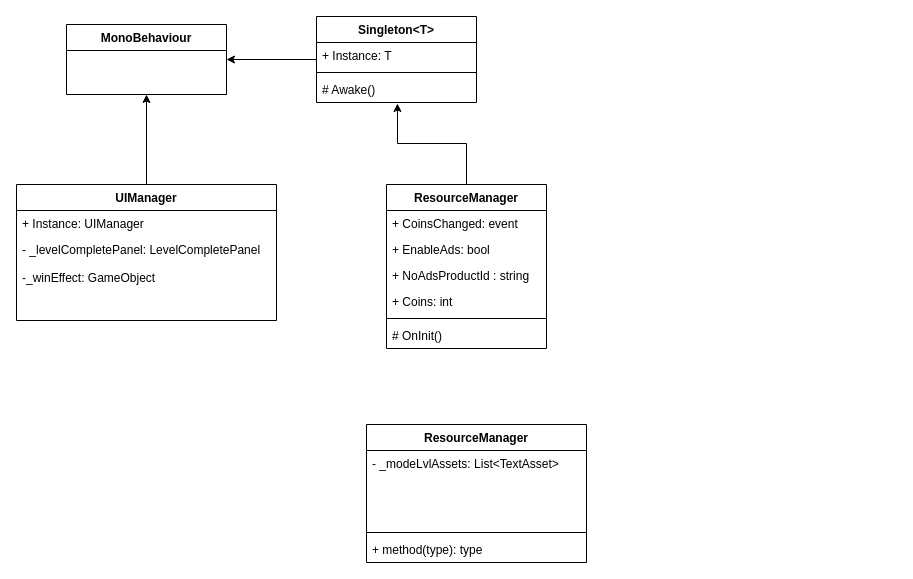
Earlier version of the draw.io diagram page "Water Sort Puzzle" (1 of 2) of Water Sort Puzzle.drawio (cjinle/mynote). Source tidied: cells renumbered, new cells numbered last; positions are measured from the earlier drawing's top-left corner, leaving out a move shared by most shapes. Both pictures are drawn from the tidied source at 100%, with x=0, y=0 at pixel (16, 16).
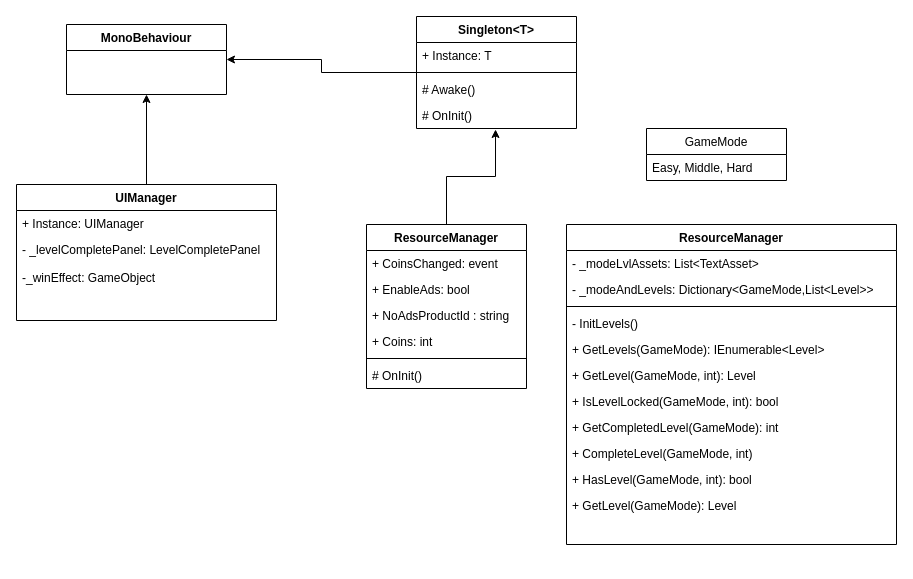
The same page after the edit.

The change refers to these unchanged cells:
```xml
<mxCell id="13" value="# Awake()" style="text;strokeColor=none;fillColor=none;align=left;verticalAlign=top;spacingLeft=4;spacingRight=4;overflow=hidden;points=[[0,0.5],[1,0.5]];portConstraint=eastwest;" parent="10" vertex="1">
  <mxGeometry y="60" width="160" height="26" as="geometry" />
</mxCell>
```

Change to the diagram source:
```diff
@@
     <mxCell id="10" value="Singleton&lt;T&gt;" style="swimlane;fontStyle=1;align=center;verticalAlign=top;horizontal=1;startSize=26;" parent="1" vertex="1">
-      <mxGeometry x="300" width="160" height="86" as="geometry" />
+      <mxGeometry x="400" width="160" height="112" as="geometry" />
     </mxCell>
@@
+    <mxCell id="28" value="# OnInit()" style="text;strokeColor=none;fillColor=none;align=left;verticalAlign=top;spacingLeft=4;spacingRight=4;overflow=hidden;points=[[0,0.5],[1,0.5]];portConstraint=eastwest;" parent="10" vertex="1">
+      <mxGeometry y="86" width="160" height="26" as="geometry" />
+    </mxCell>
-    <mxCell id="14" style="edgeStyle=orthogonalEdgeStyle;rounded=0;jettySize=auto;html=1;entryX=0.506;entryY=1.038;entryDx=0;entryDy=0;entryPerimeter=0;" parent="1" edge="1" source="15" target="13">
+    <mxCell id="14" style="edgeStyle=orthogonalEdgeStyle;rounded=0;jettySize=auto;html=1;entryX=0.494;entryY=1.038;entryDx=0;entryDy=0;entryPerimeter=0;" parent="1" edge="1" source="15" target="28">
       <mxGeometry relative="1" as="geometry" />
     </mxCell>
     <mxCell id="15" value="ResourceManager" style="swimlane;fontStyle=1;align=center;verticalAlign=top;horizontal=1;startSize=26;strokeColor=default;" parent="1" vertex="1">
-      <mxGeometry x="370" y="168" width="160" height="164" as="geometry" />
+      <mxGeometry x="350" y="208" width="160" height="164" as="geometry" />
     </mxCell>
@@
     <mxCell id="22" value="ResourceManager" style="swimlane;fontStyle=1;align=center;verticalAlign=top;horizontal=1;startSize=26;strokeColor=default;" parent="1" vertex="1">
-      <mxGeometry x="350" y="408" width="220" height="138" as="geometry" />
+      <mxGeometry x="550" y="208" width="330" height="320" as="geometry" />
     </mxCell>
     <mxCell id="23" value="- _modeLvlAssets: List&lt;TextAsset&gt;" style="text;strokeColor=none;fillColor=none;align=left;verticalAlign=top;spacingLeft=4;spacingRight=4;overflow=hidden;" parent="22" vertex="1">
-      <mxGeometry y="26" width="220" height="26" as="geometry" />
+      <mxGeometry y="26" width="330" height="26" as="geometry" />
     </mxCell>
-    <mxCell id="24" style="text;strokeColor=none;fillColor=none;align=left;verticalAlign=top;spacingLeft=4;spacingRight=4;overflow=hidden;" parent="22" vertex="1">
-      <mxGeometry y="52" width="220" height="26" as="geometry" />
+    <mxCell id="24" value="- _modeAndLevels: Dictionary&lt;GameMode,List&lt;Level&gt;&gt;" style="text;strokeColor=none;fillColor=none;align=left;verticalAlign=top;spacingLeft=4;spacingRight=4;overflow=hidden;" parent="22" vertex="1">
+      <mxGeometry y="52" width="330" height="26" as="geometry" />
     </mxCell>
-    <mxCell id="25" style="text;strokeColor=none;fillColor=none;align=left;verticalAlign=top;spacingLeft=4;spacingRight=4;overflow=hidden;" parent="22" vertex="1">
-      <mxGeometry y="78" width="220" height="26" as="geometry" />
-    </mxCell>
     <mxCell id="26" style="line;strokeWidth=1;fillColor=none;align=left;verticalAlign=middle;spacingTop=-1;spacingLeft=3;spacingRight=3;labelPosition=right;" parent="22" vertex="1">
-      <mxGeometry y="104" width="220" height="8" as="geometry" />
+      <mxGeometry y="78" width="330" height="8" as="geometry" />
     </mxCell>
-    <mxCell id="27" value="+ method(type): type" style="text;strokeColor=none;fillColor=none;align=left;verticalAlign=top;spacingLeft=4;spacingRight=4;overflow=hidden;" parent="22" vertex="1">
-      <mxGeometry y="112" width="220" height="26" as="geometry" />
+    <mxCell id="27" value="- InitLevels()" style="text;strokeColor=none;fillColor=none;align=left;verticalAlign=top;spacingLeft=4;spacingRight=4;overflow=hidden;" parent="22" vertex="1">
+      <mxGeometry y="86" width="330" height="26" as="geometry" />
     </mxCell>
+    <mxCell id="29" value="+ GetLevels(GameMode): IEnumerable&lt;Level&gt;" style="text;strokeColor=none;fillColor=none;align=left;verticalAlign=top;spacingLeft=4;spacingRight=4;overflow=hidden;" parent="22" vertex="1">
+      <mxGeometry y="112" width="330" height="26" as="geometry" />
+    </mxCell>
+    <mxCell id="30" value="+ GetLevel(GameMode, int): Level" style="text;strokeColor=none;fillColor=none;align=left;verticalAlign=top;spacingLeft=4;spacingRight=4;overflow=hidden;" parent="22" vertex="1">
+      <mxGeometry y="138" width="330" height="26" as="geometry" />
+    </mxCell>
+    <mxCell id="31" value="+ IsLevelLocked(GameMode, int): bool" style="text;strokeColor=none;fillColor=none;align=left;verticalAlign=top;spacingLeft=4;spacingRight=4;overflow=hidden;" parent="22" vertex="1">
+      <mxGeometry y="164" width="330" height="26" as="geometry" />
+    </mxCell>
+    <mxCell id="32" value="+ GetCompletedLevel(GameMode): int" style="text;strokeColor=none;fillColor=none;align=left;verticalAlign=top;spacingLeft=4;spacingRight=4;overflow=hidden;" parent="22" vertex="1">
+      <mxGeometry y="190" width="330" height="26" as="geometry" />
+    </mxCell>
+    <mxCell id="33" value="+ CompleteLevel(GameMode, int)" style="text;strokeColor=none;fillColor=none;align=left;verticalAlign=top;spacingLeft=4;spacingRight=4;overflow=hidden;" parent="22" vertex="1">
+      <mxGeometry y="216" width="330" height="26" as="geometry" />
+    </mxCell>
+    <mxCell id="34" value="+ HasLevel(GameMode, int): bool" style="text;strokeColor=none;fillColor=none;align=left;verticalAlign=top;spacingLeft=4;spacingRight=4;overflow=hidden;" parent="22" vertex="1">
+      <mxGeometry y="242" width="330" height="26" as="geometry" />
+    </mxCell>
+    <mxCell id="35" value="+ GetLevel(GameMode): Level" style="text;strokeColor=none;fillColor=none;align=left;verticalAlign=top;spacingLeft=4;spacingRight=4;overflow=hidden;" parent="22" vertex="1">
+      <mxGeometry y="268" width="330" height="26" as="geometry" />
+    </mxCell>
+    <mxCell id="36" style="text;strokeColor=none;fillColor=none;align=left;verticalAlign=top;spacingLeft=4;spacingRight=4;overflow=hidden;" parent="22" vertex="1">
+      <mxGeometry y="294" width="330" height="26" as="geometry" />
+    </mxCell>
+    <mxCell id="37" value="GameMode" style="swimlane;fontStyle=0;horizontal=1;startSize=26;fillColor=none;strokeColor=default;" parent="1" vertex="1">
+      <mxGeometry x="630" y="112" width="140" height="52" as="geometry" />
+    </mxCell>
+    <mxCell id="38" value="Easy, Middle, Hard" style="text;strokeColor=none;fillColor=none;align=left;verticalAlign=top;spacingLeft=4;spacingRight=4;overflow=hidden;" parent="37" vertex="1">
+      <mxGeometry y="26" width="140" height="26" as="geometry" />
+    </mxCell>
```
